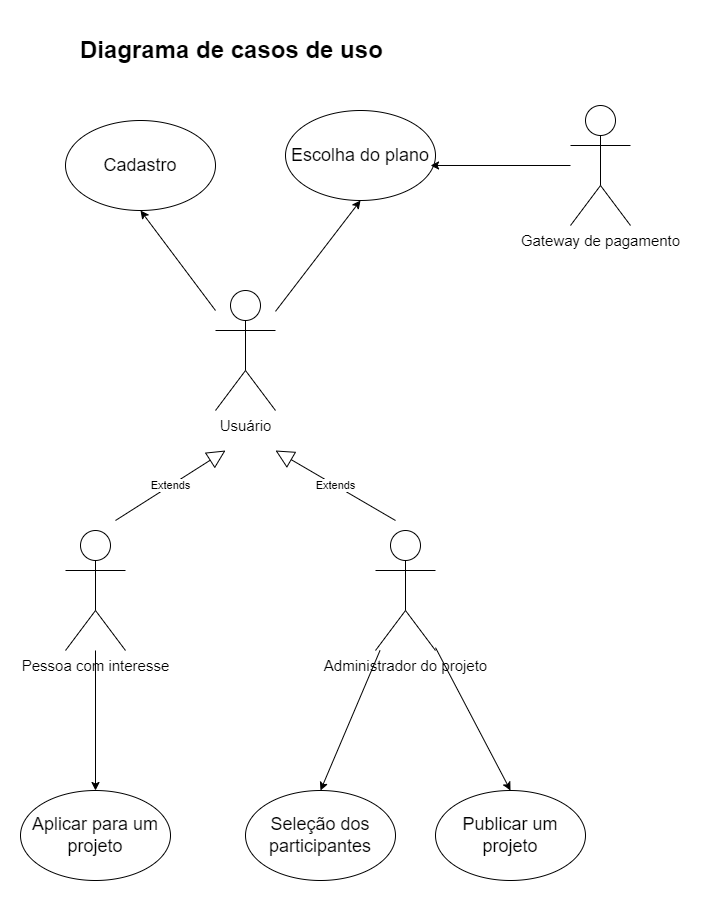
This is diagrama-casos-de-uso.png from brunoorlandin/projetocc5511, a draw.io export, as it was before one commit. Source tidied: cells renumbered, new cells last; positions are measured from the earlier drawing's top-left corner, leaving out a move shared by most shapes.
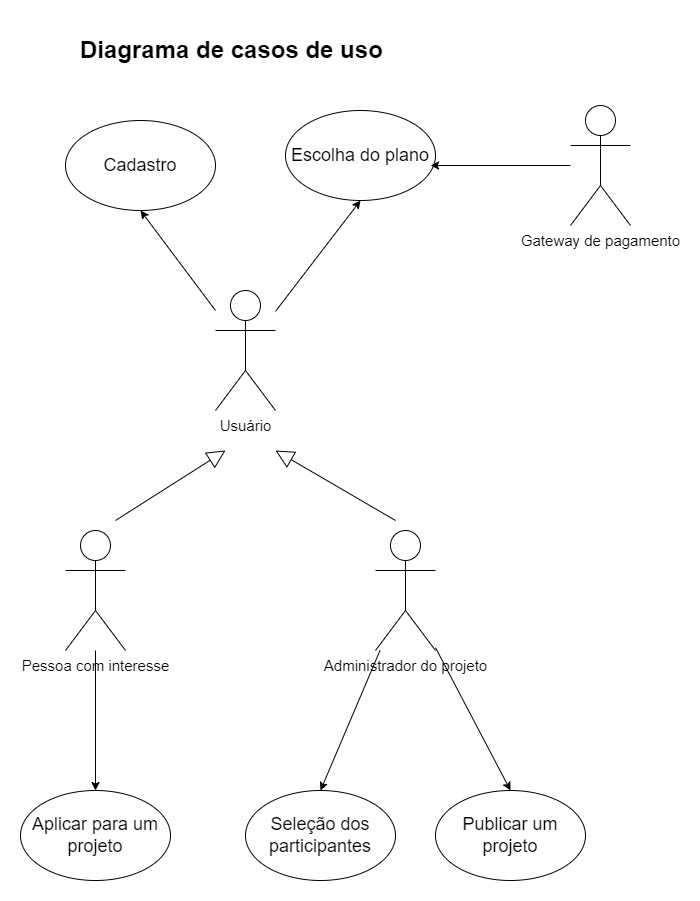
Later version of the same file.

What changed in the source:
```diff
@@ -8,13 +8,13 @@
     <mxCell id="3" value="&lt;h1&gt;&lt;span&gt;Diagrama de casos de uso&lt;/span&gt;&lt;br&gt;&lt;/h1&gt;" style="text;html=1;strokeColor=none;fillColor=none;spacing=5;spacingTop=-20;whiteSpace=wrap;overflow=hidden;rounded=0;" parent="1" vertex="1">
       <mxGeometry x="55" width="320" height="50" as="geometry" />
     </mxCell>
-    <mxCell id="4" value="Extends" style="endArrow=block;endSize=16;endFill=0;html=1;rounded=0;" parent="1" edge="1">
+    <mxCell id="4" style="endArrow=block;endSize=16;endFill=0;html=1;rounded=0;" parent="1" edge="1">
       <mxGeometry relative="1" as="geometry">
         <mxPoint x="95" y="490" as="sourcePoint" />
         <mxPoint x="205" y="420" as="targetPoint" />
       </mxGeometry>
     </mxCell>
-    <mxCell id="5" value="Extends" style="endArrow=block;endSize=16;endFill=0;html=1;rounded=0;" parent="1" edge="1">
+    <mxCell id="5" style="endArrow=block;endSize=16;endFill=0;html=1;rounded=0;" parent="1" edge="1">
       <mxGeometry relative="1" as="geometry">
         <mxPoint x="375" y="490" as="sourcePoint" />
         <mxPoint x="255" y="420" as="targetPoint" />
```
